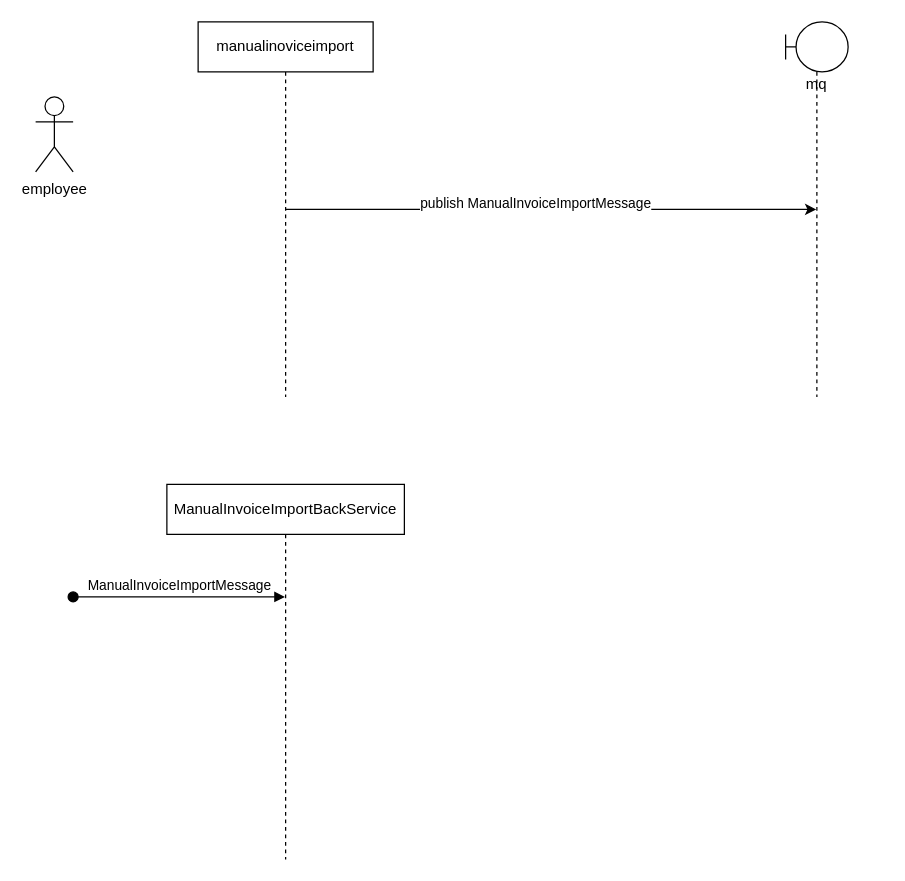
Before: manual invoice upload.drawio in yi2003/diagram, a draw.io diagram. Source tidied: cells renumbered, new cells numbered last; positions are measured from the earlier drawing's top-left corner, leaving out a move shared by most shapes. Both pictures are drawn from the tidied source at 125%, with x=0, y=0 at pixel (35, 21).
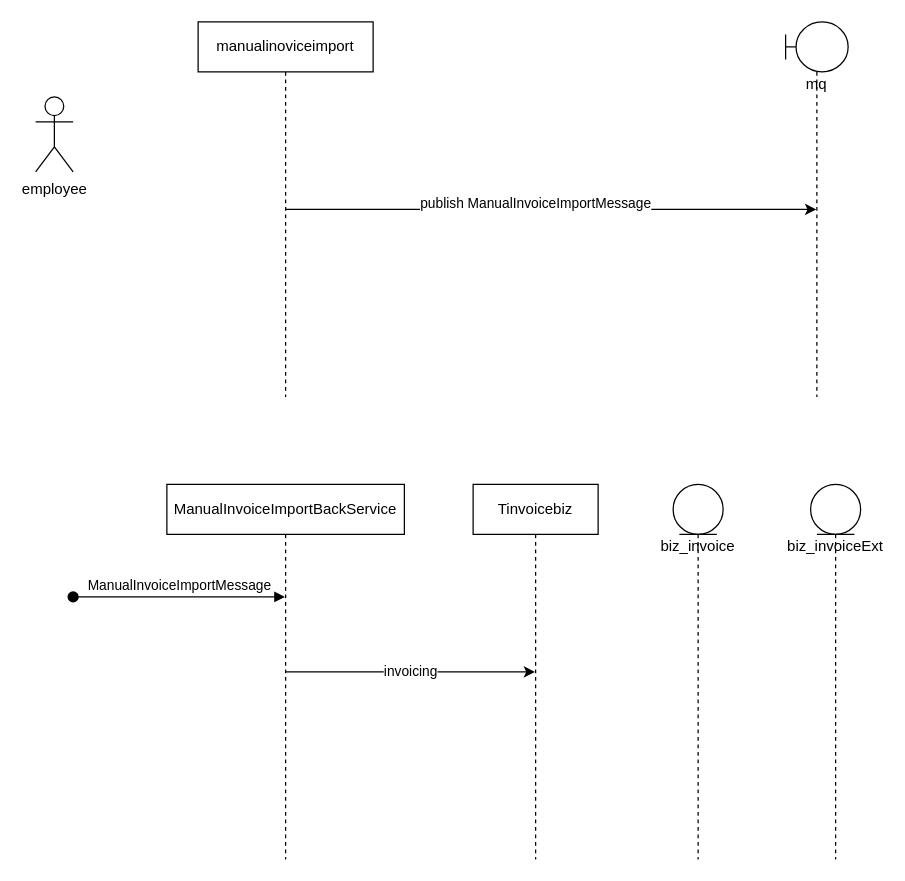
The same page after the edit.

Change to the diagram source:
```diff
@@
 <mxGraphModel>
   <root>
     <mxCell id="0" />
     <mxCell id="1" parent="0" />
     <mxCell id="2" value="employee" style="shape=umlActor;verticalLabelPosition=bottom;verticalAlign=top;html=1;" parent="1" vertex="1">
       <mxGeometry y="60" width="30" height="60" as="geometry" />
     </mxCell>
     <mxCell id="3" style="edgeStyle=orthogonalEdgeStyle;rounded=0;jettySize=auto;html=1;" parent="1" edge="1" source="5" target="6">
       <mxGeometry relative="1" as="geometry" />
     </mxCell>
     <mxCell id="4" value="publish ManualInvoiceImportMessage" style="edgeLabel;html=1;align=center;verticalAlign=middle;" parent="3" vertex="1">
       <mxGeometry x="-0.06" y="6" relative="1" as="geometry" />
     </mxCell>
     <mxCell id="5" value="manualinoviceimport" style="shape=umlLifeline;perimeter=lifelinePerimeter;whiteSpace=wrap;html=1;outlineConnect=0;" parent="1" vertex="1">
       <mxGeometry x="130" width="140" height="300" as="geometry" />
     </mxCell>
     <mxCell id="6" value="mq" style="shape=umlLifeline;participant=umlBoundary;perimeter=lifelinePerimeter;whiteSpace=wrap;html=1;verticalAlign=top;spacingTop=36;outlineConnect=0;" parent="1" vertex="1">
       <mxGeometry x="600" width="50" height="300" as="geometry" />
     </mxCell>
+    <mxCell id="9" value="invoicing" style="edgeStyle=orthogonalEdgeStyle;rounded=0;jettySize=auto;html=1;" parent="1" edge="1" source="7" target="12">
+      <mxGeometry relative="1" as="geometry" />
+    </mxCell>
     <mxCell id="7" value="ManualInvoiceImportBackService" style="shape=umlLifeline;perimeter=lifelinePerimeter;whiteSpace=wrap;html=1;outlineConnect=0;" parent="1" vertex="1">
       <mxGeometry x="105" y="370" width="190" height="300" as="geometry" />
     </mxCell>
     <mxCell id="8" value="ManualInvoiceImportMessage" style="html=1;verticalAlign=bottom;startArrow=oval;startFill=1;endArrow=block;startSize=8;rounded=0;" parent="1" edge="1" target="7">
       <mxGeometry relative="1" as="geometry">
         <mxPoint x="30" y="460" as="sourcePoint" />
       </mxGeometry>
     </mxCell>
+    <mxCell id="10" value="biz_invoice" style="shape=umlLifeline;participant=umlEntity;perimeter=lifelinePerimeter;whiteSpace=wrap;html=1;verticalAlign=top;spacingTop=36;" parent="1" vertex="1">
+      <mxGeometry x="510" y="370" width="40" height="300" as="geometry" />
+    </mxCell>
+    <mxCell id="11" value="biz_invoiceExt" style="shape=umlLifeline;participant=umlEntity;perimeter=lifelinePerimeter;whiteSpace=wrap;html=1;verticalAlign=top;spacingTop=36;size=40;" parent="1" vertex="1">
+      <mxGeometry x="620" y="370" width="40" height="300" as="geometry" />
+    </mxCell>
+    <mxCell id="12" value="Tinvoicebiz" style="shape=umlLifeline;perimeter=lifelinePerimeter;whiteSpace=wrap;html=1;outlineConnect=0;" parent="1" vertex="1">
+      <mxGeometry x="350" y="370" width="100" height="300" as="geometry" />
+    </mxCell>
   </root>
 </mxGraphModel>
```
